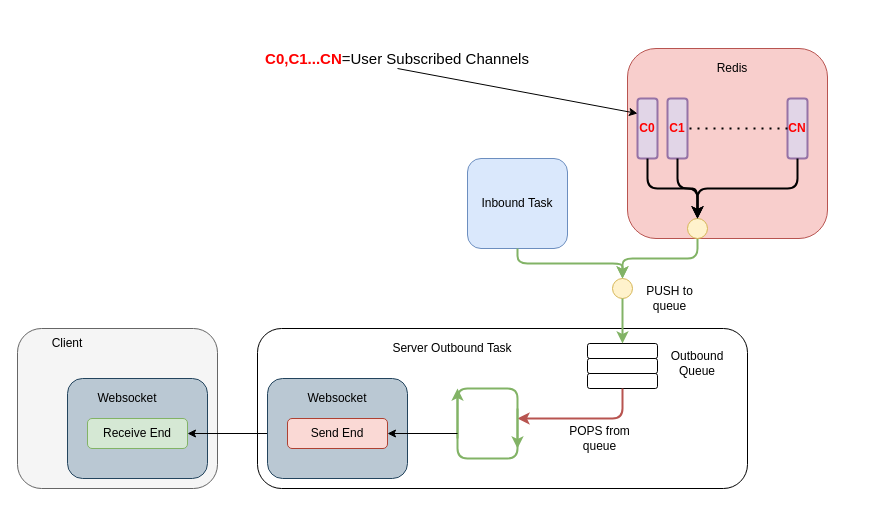
Above: Docs/Outbound.drawio in sanzor/Ctesiphon (draw.io), before the change. Source tidied: cells renumbered, new cells numbered last; positions are measured from the earlier drawing's top-left corner, leaving out a move shared by most shapes. Both pictures are drawn from the tidied source at 100%, with x=0, y=0 at pixel (17, 48).
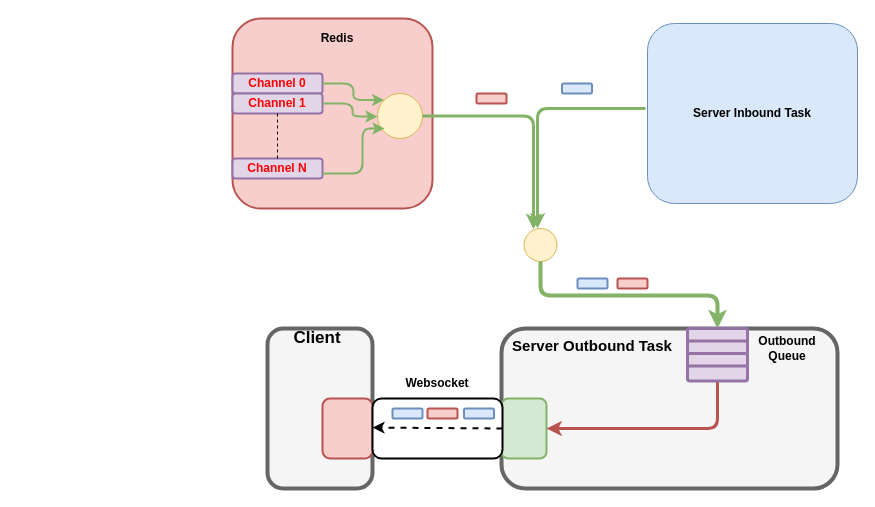
The same page after the edit.

What changed in the source:
```diff
@@
-    <mxCell id="2" style="rounded=1;whiteSpace=wrap;html=1;fillColor=#f8cecc;strokeColor=#b85450;" parent="1" vertex="1">
-      <mxGeometry x="610" width="200" height="190" as="geometry" />
+    <mxCell id="2" style="rounded=1;whiteSpace=wrap;html=1;fillColor=#f8cecc;strokeColor=#b85450;strokeWidth=2;" parent="1" vertex="1">
+      <mxGeometry x="215" y="-30" width="200" height="190" as="geometry" />
     </mxCell>
-    <mxCell id="3" style="rounded=1;whiteSpace=wrap;html=1;fillColor=#f5f5f5;strokeColor=#666666;fontColor=#333333;" parent="1" vertex="1">
-      <mxGeometry y="280" width="200" height="160" as="geometry" />
+    <mxCell id="3" style="rounded=1;whiteSpace=wrap;html=1;fillColor=#f5f5f5;strokeColor=#666666;fontColor=#333333;strokeWidth=4;" parent="1" vertex="1">
+      <mxGeometry x="250" y="280" width="105" height="160" as="geometry" />
     </mxCell>
-    <mxCell id="4" style="rounded=1;whiteSpace=wrap;html=1;fillColor=#bac8d3;strokeColor=#23445d;" parent="1" vertex="1">
-      <mxGeometry x="50" y="330" width="140" height="100" as="geometry" />
-    </mxCell>
-    <mxCell id="5" style="rounded=1;whiteSpace=wrap;html=1;" parent="1" vertex="1">
-      <mxGeometry x="240" y="280" width="490" height="160" as="geometry" />
+    <mxCell id="5" style="rounded=1;whiteSpace=wrap;html=1;strokeWidth=4;fillColor=#f5f5f5;strokeColor=#666666;fontColor=#333333;" parent="1" vertex="1">
+      <mxGeometry x="484" y="280" width="336" height="160" as="geometry" />
     </mxCell>
-    <mxCell id="6" value="Receive End" style="rounded=1;whiteSpace=wrap;html=1;fillColor=#d5e8d4;strokeColor=#82b366;" parent="1" vertex="1">
-      <mxGeometry x="70" y="370" width="100" height="30" as="geometry" />
-    </mxCell>
+    <mxCell id="11" value="&lt;b&gt;Server Inbound Task&lt;/b&gt;" style="rounded=1;whiteSpace=wrap;html=1;fillColor=#dae8fc;strokeColor=#6c8ebf;" parent="1" vertex="1">
+      <mxGeometry x="630" y="-25" width="210" height="180" as="geometry" />
+    </mxCell>
+    <mxCell id="16" value="&lt;b&gt;Outbound Queue&lt;/b&gt;" style="text;html=1;strokeColor=none;fillColor=none;align=center;verticalAlign=middle;whiteSpace=wrap;rounded=0;" parent="1" vertex="1">
+      <mxGeometry x="730" y="285" width="80" height="30" as="geometry" />
+    </mxCell>
+    <mxCell id="17" value="&lt;b&gt;&lt;font style=&quot;font-size: 15px&quot;&gt;Server Outbound Task&lt;/font&gt;&lt;/b&gt;" style="text;html=1;strokeColor=none;fillColor=none;align=center;verticalAlign=middle;whiteSpace=wrap;rounded=0;" parent="1" vertex="1">
+      <mxGeometry x="490" y="286.5" width="170" height="20" as="geometry" />
+    </mxCell>
+    <mxCell id="18" value="&lt;b&gt;&lt;font style=&quot;font-size: 17px&quot;&gt;Client&lt;/font&gt;&lt;/b&gt;" style="text;html=1;strokeColor=none;fillColor=none;align=center;verticalAlign=middle;whiteSpace=wrap;rounded=0;strokeWidth=2;" parent="1" vertex="1">
+      <mxGeometry x="280" y="280" width="40" height="20" as="geometry" />
+    </mxCell>
+    <mxCell id="31" value="&lt;font color=&quot;#ff0000&quot;&gt;&lt;b&gt;Channel N&lt;/b&gt;&lt;/font&gt;" style="rounded=1;whiteSpace=wrap;html=1;fillColor=#e1d5e7;strokeColor=#9673a6;strokeWidth=2;" parent="1" vertex="1">
+      <mxGeometry x="215" y="110" width="90" height="20" as="geometry" />
+    </mxCell>
+    <mxCell id="32" value="&lt;b&gt;Redis&lt;/b&gt;" style="text;html=1;strokeColor=none;fillColor=none;align=center;verticalAlign=middle;whiteSpace=wrap;rounded=0;" parent="1" vertex="1">
+      <mxGeometry x="300" y="-20" width="40" height="20" as="geometry" />
+    </mxCell>
+    <mxCell id="34" style="ellipse;whiteSpace=wrap;html=1;fillColor=#fff2cc;strokeColor=#d6b656;" parent="1" vertex="1">
+      <mxGeometry x="360" y="45" width="45" height="45" as="geometry" />
+    </mxCell>
+    <mxCell id="40" value="&lt;font color=&quot;#ff0000&quot;&gt;&lt;b&gt;Channel 0&lt;/b&gt;&lt;/font&gt;" style="rounded=1;whiteSpace=wrap;html=1;fillColor=#e1d5e7;strokeColor=#9673a6;strokeWidth=2;" parent="1" vertex="1">
+      <mxGeometry x="215" y="25" width="90" height="20" as="geometry" />
+    </mxCell>
+    <mxCell id="41" value="&lt;font color=&quot;#ff0000&quot;&gt;&lt;b&gt;Channel 1&lt;/b&gt;&lt;/font&gt;" style="rounded=1;whiteSpace=wrap;html=1;fillColor=#e1d5e7;strokeColor=#9673a6;strokeWidth=2;" parent="1" vertex="1">
+      <mxGeometry x="215" y="45" width="90" height="20" as="geometry" />
+    </mxCell>
+    <mxCell id="42" style="endArrow=none;dashed=1;html=1;exitX=0.5;exitY=1;exitDx=0;exitDy=0;entryX=0.5;entryY=0;entryDx=0;entryDy=0;" parent="1" edge="1" source="41" target="31">
+      <mxGeometry relative="1" as="geometry" />
+    </mxCell>
+    <mxCell id="43" style="edgeStyle=elbowEdgeStyle;elbow=horizontal;endArrow=classic;html=1;exitX=1;exitY=0.5;exitDx=0;exitDy=0;entryX=0;entryY=0;entryDx=0;entryDy=0;strokeWidth=2;fillColor=#d5e8d4;strokeColor=#82b366;" parent="1" edge="1" source="40" target="34">
+      <mxGeometry relative="1" as="geometry" />
+    </mxCell>
+    <mxCell id="44" style="edgeStyle=elbowEdgeStyle;elbow=horizontal;endArrow=classic;html=1;exitX=1;exitY=0.5;exitDx=0;exitDy=0;strokeWidth=2;fillColor=#d5e8d4;strokeColor=#82b366;" parent="1" edge="1" source="41">
+      <mxGeometry relative="1" as="geometry">
+        <mxPoint x="360" y="68" as="targetPoint" />
+        <Array as="points">
+          <mxPoint x="335" y="55" />
+        </Array>
+      </mxGeometry>
+    </mxCell>
+    <mxCell id="45" style="edgeStyle=elbowEdgeStyle;elbow=horizontal;endArrow=classic;html=1;exitX=1;exitY=0.75;exitDx=0;exitDy=0;strokeWidth=2;fillColor=#d5e8d4;strokeColor=#82b366;" parent="1" edge="1" source="31">
+      <mxGeometry relative="1" as="geometry">
+        <mxPoint x="367" y="80" as="targetPoint" />
+        <Array as="points">
+          <mxPoint x="345" y="65" />
+        </Array>
+      </mxGeometry>
+    </mxCell>
+    <mxCell id="46" style="rounded=1;whiteSpace=wrap;html=1;strokeWidth=2;fillColor=#d5e8d4;strokeColor=#82b366;" parent="1" vertex="1">
+      <mxGeometry x="484" y="350" width="45" height="60" as="geometry" />
+    </mxCell>
+    <mxCell id="47" style="rounded=1;whiteSpace=wrap;html=1;strokeWidth=2;fillColor=#f8cecc;strokeColor=#b85450;" parent="1" vertex="1">
+      <mxGeometry x="305" y="350" width="50" height="60" as="geometry" />
+    </mxCell>
+    <mxCell id="48" style="edgeStyle=elbowEdgeStyle;elbow=vertical;endArrow=classic;html=1;strokeWidth=3;exitX=0.5;exitY=1;exitDx=0;exitDy=0;fillColor=#f8cecc;strokeColor=#b85450;entryX=1;entryY=0.5;entryDx=0;entryDy=0;" parent="1" edge="1" source="64" target="46">
+      <mxGeometry relative="1" as="geometry">
+        <Array as="points">
+          <mxPoint x="614" y="380" />
+        </Array>
+      </mxGeometry>
+    </mxCell>
+    <mxCell id="49" style="ellipse;whiteSpace=wrap;html=1;fillColor=#fff2cc;strokeColor=#d6b656;" parent="1" vertex="1">
+      <mxGeometry x="506.5" y="180" width="33" height="33" as="geometry" />
+    </mxCell>
+    <mxCell id="50" style="rounded=1;whiteSpace=wrap;html=1;strokeWidth=2;" parent="1" vertex="1">
+      <mxGeometry x="355" y="350" width="130" height="60" as="geometry" />
+    </mxCell>
+    <mxCell id="51" style="endArrow=classic;html=1;strokeWidth=2;entryX=1;entryY=0.619;entryDx=0;entryDy=0;entryPerimeter=0;dashed=1;exitX=1;exitY=0.5;exitDx=0;exitDy=0;" parent="1" edge="1" source="50" target="3">
+      <mxGeometry relative="1" as="geometry" />
+    </mxCell>
+    <mxCell id="52" style="edgeStyle=elbowEdgeStyle;elbow=horizontal;endArrow=classic;html=1;exitX=1;exitY=0.5;exitDx=0;exitDy=0;strokeWidth=3;fillColor=#d5e8d4;strokeColor=#82b366;entryX=0.278;entryY=0.022;entryDx=0;entryDy=0;entryPerimeter=0;" parent="1" edge="1" source="34" target="49">
+      <mxGeometry relative="1" as="geometry">
+        <Array as="points">
+          <mxPoint x="516" y="130" />
+        </Array>
+      </mxGeometry>
+    </mxCell>
+    <mxCell id="53" style="edgeStyle=elbowEdgeStyle;elbow=horizontal;endArrow=classic;html=1;strokeWidth=3;fillColor=#d5e8d4;strokeColor=#82b366;" parent="1" edge="1">
+      <mxGeometry relative="1" as="geometry">
+        <mxPoint x="628" y="60" as="sourcePoint" />
+        <mxPoint x="520" y="180" as="targetPoint" />
+        <Array as="points">
+          <mxPoint x="520" y="120" />
+        </Array>
+      </mxGeometry>
+    </mxCell>
+    <mxCell id="54" value="&lt;b&gt;Websocket&lt;/b&gt;" style="text;html=1;strokeColor=none;fillColor=none;align=center;verticalAlign=middle;whiteSpace=wrap;rounded=0;dashed=1;" parent="1" vertex="1">
+      <mxGeometry x="400" y="325" width="40" height="20" as="geometry" />
+    </mxCell>
+    <mxCell id="55" style="rounded=1;whiteSpace=wrap;html=1;strokeWidth=2;fillColor=#dae8fc;strokeColor=#6c8ebf;" parent="1" vertex="1">
+      <mxGeometry x="375" y="360" width="30" height="10" as="geometry" />
+    </mxCell>
+    <mxCell id="56" style="rounded=1;whiteSpace=wrap;html=1;strokeWidth=2;fillColor=#f8cecc;strokeColor=#b85450;" parent="1" vertex="1">
+      <mxGeometry x="410" y="360" width="30" height="10" as="geometry" />
+    </mxCell>
+    <mxCell id="57" style="rounded=1;whiteSpace=wrap;html=1;strokeWidth=2;fillColor=#dae8fc;strokeColor=#6c8ebf;" parent="1" vertex="1">
+      <mxGeometry x="446.5" y="360" width="30" height="10" as="geometry" />
+    </mxCell>
+    <mxCell id="58" style="edgeStyle=elbowEdgeStyle;elbow=vertical;endArrow=classic;html=1;strokeWidth=4;exitX=0.5;exitY=1;exitDx=0;exitDy=0;fillColor=#d5e8d4;strokeColor=#82b366;entryX=0.5;entryY=0;entryDx=0;entryDy=0;" parent="1" edge="1" source="49" target="7">
+      <mxGeometry relative="1" as="geometry" />
+    </mxCell>
+    <mxCell id="59" style="rounded=1;whiteSpace=wrap;html=1;strokeWidth=2;fillColor=#dae8fc;strokeColor=#6c8ebf;" parent="1" vertex="1">
+      <mxGeometry x="544.5" y="35" width="30" height="10" as="geometry" />
+    </mxCell>
+    <mxCell id="60" style="rounded=1;whiteSpace=wrap;html=1;strokeWidth=2;fillColor=#f8cecc;strokeColor=#b85450;" parent="1" vertex="1">
+      <mxGeometry x="459" y="45" width="30" height="10" as="geometry" />
+    </mxCell>
+    <mxCell id="61" style="rounded=1;whiteSpace=wrap;html=1;strokeWidth=2;fillColor=#dae8fc;strokeColor=#6c8ebf;" parent="1" vertex="1">
+      <mxGeometry x="560" y="230" width="30" height="10" as="geometry" />
+    </mxCell>
+    <mxCell id="62" style="rounded=1;whiteSpace=wrap;html=1;strokeWidth=2;fillColor=#f8cecc;strokeColor=#b85450;" parent="1" vertex="1">
+      <mxGeometry x="600" y="230" width="30" height="10" as="geometry" />
+    </mxCell>
+    <mxCell id="63" style="group;" parent="1" vertex="1">
+      <mxGeometry x="670" y="280" width="60" height="52.5" as="geometry" />
+    </mxCell>
-    <mxCell id="7" style="rounded=1;whiteSpace=wrap;html=1;" parent="1" vertex="1">
-      <mxGeometry x="570" y="295" width="70" height="15" as="geometry" />
+    <mxCell id="7" style="rounded=1;whiteSpace=wrap;html=1;fillColor=#e1d5e7;strokeColor=#9673a6;strokeWidth=3;" parent="63" vertex="1">
+      <mxGeometry width="60" height="15" as="geometry" />
     </mxCell>
-    <mxCell id="8" style="rounded=1;whiteSpace=wrap;html=1;" parent="1" vertex="1">
-      <mxGeometry x="570" y="310" width="70" height="15" as="geometry" />
+    <mxCell id="8" style="rounded=1;whiteSpace=wrap;html=1;fillColor=#e1d5e7;strokeColor=#9673a6;strokeWidth=3;" parent="63" vertex="1">
+      <mxGeometry y="12.5" width="60" height="15" as="geometry" />
     </mxCell>
-    <mxCell id="9" style="rounded=1;whiteSpace=wrap;html=1;" parent="1" vertex="1">
-      <mxGeometry x="570" y="325" width="70" height="15" as="geometry" />
+    <mxCell id="9" style="rounded=1;whiteSpace=wrap;html=1;fillColor=#e1d5e7;strokeColor=#9673a6;strokeWidth=3;" parent="63" vertex="1">
+      <mxGeometry y="25" width="60" height="15" as="geometry" />
     </mxCell>
-    <mxCell id="10" style="edgeStyle=elbowEdgeStyle;elbow=vertical;endArrow=classic;html=1;exitX=0.5;exitY=1;exitDx=0;exitDy=0;fillColor=#f8cecc;strokeColor=#b85450;strokeWidth=2;" parent="1" edge="1" source="9">
-      <mxGeometry relative="1" as="geometry">
-        <mxPoint x="500" y="370" as="targetPoint" />
-        <Array as="points">
-          <mxPoint x="550" y="370" />
-        </Array>
-      </mxGeometry>
-    </mxCell>
-    <mxCell id="11" value="Inbound Task" style="rounded=1;whiteSpace=wrap;html=1;fillColor=#dae8fc;strokeColor=#6c8ebf;" parent="1" vertex="1">
-      <mxGeometry x="450" y="110" width="100" height="90" as="geometry" />
-    </mxCell>
-    <mxCell id="12" style="ellipse;whiteSpace=wrap;html=1;fillColor=#fff2cc;strokeColor=#d6b656;" parent="1" vertex="1">
-      <mxGeometry x="595" y="230" width="20" height="20" as="geometry" />
-    </mxCell>
-    <mxCell id="13" style="edgeStyle=elbowEdgeStyle;elbow=vertical;endArrow=classic;html=1;exitX=0.5;exitY=1;exitDx=0;exitDy=0;entryX=0.5;entryY=0;entryDx=0;entryDy=0;strokeWidth=2;fillColor=#d5e8d4;strokeColor=#82b366;" parent="1" edge="1" source="11" target="12">
-      <mxGeometry relative="1" as="geometry">
-        <Array as="points">
-          <mxPoint x="560" y="215" />
-        </Array>
-      </mxGeometry>
-    </mxCell>
-    <mxCell id="14" style="edgeStyle=elbowEdgeStyle;elbow=vertical;endArrow=classic;html=1;exitX=0.5;exitY=1;exitDx=0;exitDy=0;entryX=0.5;entryY=0;entryDx=0;entryDy=0;exitPerimeter=0;strokeWidth=2;fillColor=#d5e8d4;strokeColor=#82b366;" parent="1" edge="1" target="12">
-      <mxGeometry relative="1" as="geometry">
-        <mxPoint x="680" y="190" as="sourcePoint" />
-      </mxGeometry>
-    </mxCell>
-    <mxCell id="15" style="endArrow=classic;html=1;exitX=0.5;exitY=1;exitDx=0;exitDy=0;entryX=0.5;entryY=0;entryDx=0;entryDy=0;fillColor=#d5e8d4;strokeColor=#82b366;strokeWidth=2;" parent="1" edge="1" source="12" target="7">
-      <mxGeometry relative="1" as="geometry" />
-    </mxCell>
-    <mxCell id="16" value="Outbound Queue" style="text;html=1;strokeColor=none;fillColor=none;align=center;verticalAlign=middle;whiteSpace=wrap;rounded=0;" parent="1" vertex="1">
-      <mxGeometry x="660" y="305" width="40" height="20" as="geometry" />
-    </mxCell>
-    <mxCell id="17" value="Server Outbound Task" style="text;html=1;strokeColor=none;fillColor=none;align=center;verticalAlign=middle;whiteSpace=wrap;rounded=0;" parent="1" vertex="1">
-      <mxGeometry x="350" y="290" width="170" height="20" as="geometry" />
-    </mxCell>
-    <mxCell id="18" value="Client" style="text;html=1;strokeColor=none;fillColor=none;align=center;verticalAlign=middle;whiteSpace=wrap;rounded=0;" parent="1" vertex="1">
-      <mxGeometry x="30" y="285" width="40" height="20" as="geometry" />
-    </mxCell>
-    <mxCell id="19" style="endArrow=classic;html=1;exitX=0;exitY=0.5;exitDx=0;exitDy=0;entryX=1;entryY=0.5;entryDx=0;entryDy=0;" parent="1" edge="1" target="6">
-      <mxGeometry relative="1" as="geometry">
-        <mxPoint x="250" y="385" as="sourcePoint" />
-      </mxGeometry>
-    </mxCell>
-    <mxCell id="20" value="Websocket" style="text;html=1;strokeColor=none;fillColor=none;align=center;verticalAlign=middle;whiteSpace=wrap;rounded=0;" parent="1" vertex="1">
-      <mxGeometry x="90" y="340" width="40" height="20" as="geometry" />
-    </mxCell>
-    <mxCell id="21" style="rounded=1;whiteSpace=wrap;html=1;fillColor=#bac8d3;strokeColor=#23445d;" parent="1" vertex="1">
-      <mxGeometry x="250" y="330" width="140" height="100" as="geometry" />
-    </mxCell>
-    <mxCell id="22" value="Send End" style="rounded=1;whiteSpace=wrap;html=1;fillColor=#fad9d5;strokeColor=#ae4132;" parent="1" vertex="1">
-      <mxGeometry x="270" y="370" width="100" height="30" as="geometry" />
-    </mxCell>
-    <mxCell id="23" value="Websocket" style="text;html=1;strokeColor=none;fillColor=none;align=center;verticalAlign=middle;whiteSpace=wrap;rounded=0;" parent="1" vertex="1">
-      <mxGeometry x="300" y="340" width="40" height="20" as="geometry" />
-    </mxCell>
-    <mxCell id="24" style="edgeStyle=elbowEdgeStyle;elbow=vertical;endArrow=classic;html=1;fillColor=#d5e8d4;strokeColor=#82b366;strokeWidth=2;" parent="1" edge="1">
-      <mxGeometry relative="1" as="geometry">
-        <mxPoint x="500" y="360" as="sourcePoint" />
-        <mxPoint x="440" y="340" as="targetPoint" />
-        <Array as="points">
-          <mxPoint x="440" y="410" />
-        </Array>
-      </mxGeometry>
-    </mxCell>
-    <mxCell id="25" style="edgeStyle=elbowEdgeStyle;elbow=vertical;endArrow=classic;html=1;fillColor=#d5e8d4;strokeColor=#82b366;strokeWidth=2;" parent="1" edge="1">
-      <mxGeometry relative="1" as="geometry">
-        <mxPoint x="440" y="390" as="sourcePoint" />
-        <mxPoint x="500" y="400" as="targetPoint" />
-        <Array as="points">
-          <mxPoint x="440" y="340" />
-        </Array>
-      </mxGeometry>
-    </mxCell>
-    <mxCell id="26" style="endArrow=classic;html=1;strokeWidth=1;entryX=1;entryY=0.5;entryDx=0;entryDy=0;" parent="1" edge="1" target="22">
-      <mxGeometry relative="1" as="geometry">
-        <mxPoint x="440" y="385" as="sourcePoint" />
-      </mxGeometry>
-    </mxCell>
-    <mxCell id="27" value="PUSH to queue" style="text;html=1;strokeColor=none;fillColor=none;align=center;verticalAlign=middle;whiteSpace=wrap;rounded=0;" parent="1" vertex="1">
-      <mxGeometry x="610" y="240" width="85" height="20" as="geometry" />
-    </mxCell>
-    <mxCell id="28" value="POPS from queue" style="text;html=1;strokeColor=none;fillColor=none;align=center;verticalAlign=middle;whiteSpace=wrap;rounded=0;" parent="1" vertex="1">
-      <mxGeometry x="540" y="380" width="85" height="20" as="geometry" />
-    </mxCell>
-    <mxCell id="29" value="&lt;font color=&quot;#ff0000&quot;&gt;&lt;b&gt;C0&lt;/b&gt;&lt;/font&gt;" style="rounded=1;whiteSpace=wrap;html=1;fillColor=#e1d5e7;strokeColor=#9673a6;strokeWidth=2;" parent="1" vertex="1">
-      <mxGeometry x="620" y="50" width="20" height="60" as="geometry" />
-    </mxCell>
-    <mxCell id="30" value="&lt;b&gt;&lt;font color=&quot;#ff0000&quot;&gt;C1&lt;/font&gt;&lt;/b&gt;" style="rounded=1;whiteSpace=wrap;html=1;fillColor=#e1d5e7;strokeColor=#9673a6;strokeWidth=2;" parent="1" vertex="1">
-      <mxGeometry x="650" y="50" width="20" height="60" as="geometry" />
-    </mxCell>
-    <mxCell id="31" value="&lt;font color=&quot;#ff0000&quot;&gt;&lt;b&gt;CN&lt;/b&gt;&lt;/font&gt;" style="rounded=1;whiteSpace=wrap;html=1;fillColor=#e1d5e7;strokeColor=#9673a6;strokeWidth=2;" parent="1" vertex="1">
-      <mxGeometry x="770" y="50" width="20" height="60" as="geometry" />
-    </mxCell>
-    <mxCell id="32" value="Redis" style="text;html=1;strokeColor=none;fillColor=none;align=center;verticalAlign=middle;whiteSpace=wrap;rounded=0;" parent="1" vertex="1">
-      <mxGeometry x="695" y="10" width="40" height="20" as="geometry" />
-    </mxCell>
-    <mxCell id="33" style="endArrow=none;dashed=1;html=1;dashPattern=1 3;strokeWidth=2;exitX=0;exitY=0.5;exitDx=0;exitDy=0;entryX=1;entryY=0.5;entryDx=0;entryDy=0;" parent="1" edge="1" source="31" target="30">
-      <mxGeometry relative="1" as="geometry" />
-    </mxCell>
-    <mxCell id="34" style="ellipse;whiteSpace=wrap;html=1;fillColor=#fff2cc;strokeColor=#d6b656;" parent="1" vertex="1">
-      <mxGeometry x="670" y="170" width="20" height="20" as="geometry" />
-    </mxCell>
-    <mxCell id="35" style="edgeStyle=elbowEdgeStyle;elbow=vertical;endArrow=classic;html=1;strokeWidth=2;exitX=0.5;exitY=1;exitDx=0;exitDy=0;entryX=0.5;entryY=0;entryDx=0;entryDy=0;" parent="1" edge="1" source="29" target="34">
-      <mxGeometry relative="1" as="geometry" />
-    </mxCell>
-    <mxCell id="36" style="edgeStyle=elbowEdgeStyle;elbow=vertical;endArrow=classic;html=1;strokeWidth=2;exitX=0.5;exitY=1;exitDx=0;exitDy=0;entryX=0.5;entryY=0;entryDx=0;entryDy=0;" parent="1" edge="1" source="30" target="34">
-      <mxGeometry relative="1" as="geometry">
-        <Array as="points">
-          <mxPoint x="650" y="140" />
-        </Array>
-      </mxGeometry>
-    </mxCell>
-    <mxCell id="37" style="edgeStyle=elbowEdgeStyle;elbow=vertical;endArrow=classic;html=1;strokeWidth=2;exitX=0.5;exitY=1;exitDx=0;exitDy=0;" parent="1" edge="1" source="31">
-      <mxGeometry relative="1" as="geometry">
-        <mxPoint x="680" y="170" as="targetPoint" />
-      </mxGeometry>
-    </mxCell>
-    <mxCell id="38" value="&lt;font style=&quot;font-size: 15px&quot;&gt;&lt;font color=&quot;#ff0000&quot; style=&quot;font-size: 15px&quot;&gt;&lt;b&gt;C0,C1...CN&lt;/b&gt;&lt;/font&gt;=User Subscribed Channels&lt;/font&gt;" style="text;html=1;strokeColor=none;fillColor=none;align=center;verticalAlign=middle;whiteSpace=wrap;rounded=0;" parent="1" vertex="1">
-      <mxGeometry x="190" width="380" height="20" as="geometry" />
-    </mxCell>
-    <mxCell id="39" style="endArrow=classic;html=1;strokeWidth=1;exitX=0.5;exitY=1;exitDx=0;exitDy=0;entryX=0;entryY=0.25;entryDx=0;entryDy=0;" parent="1" edge="1" source="38" target="29">
-      <mxGeometry relative="1" as="geometry" />
-    </mxCell>
+    <mxCell id="64" style="rounded=1;whiteSpace=wrap;html=1;fillColor=#e1d5e7;strokeColor=#9673a6;strokeWidth=3;" parent="63" vertex="1">
+      <mxGeometry y="37.5" width="60" height="15" as="geometry" />
+    </mxCell>
```
